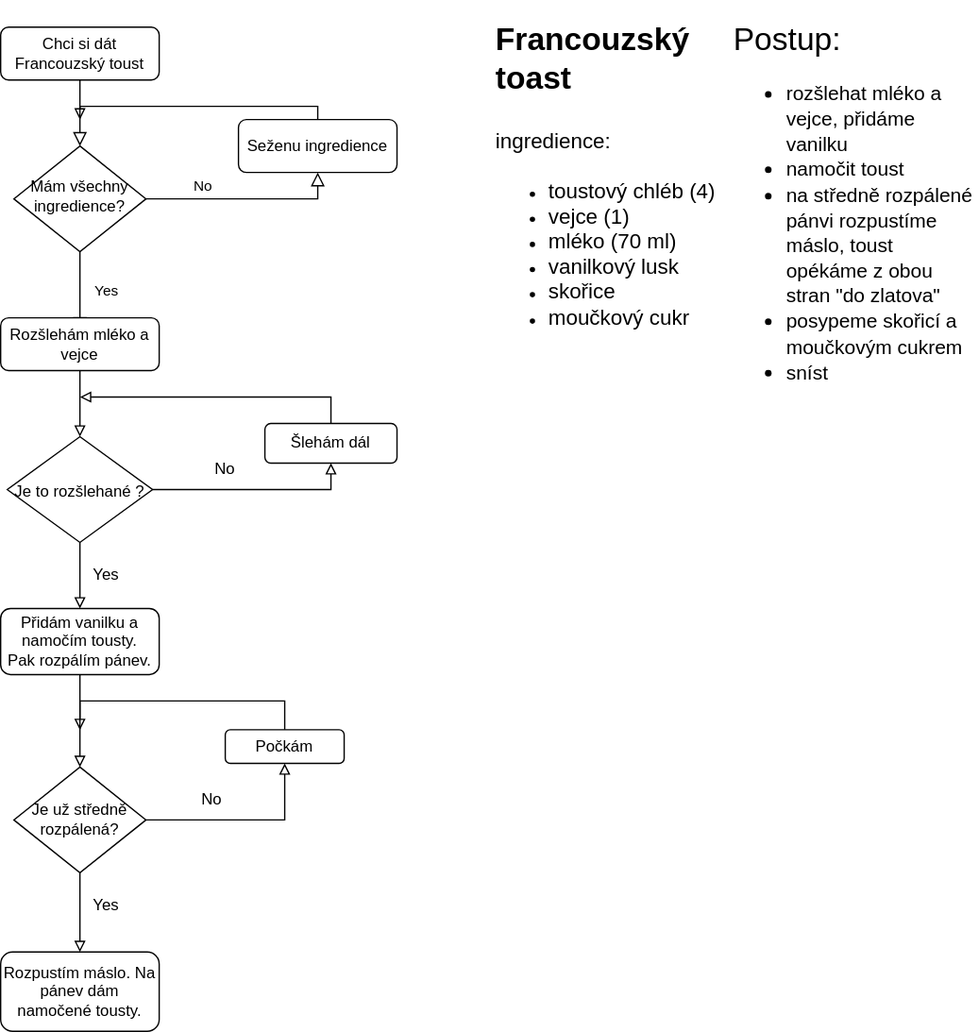
TomasKelbasa/diagrams.net keeps this draw.io diagram as Diagram1.svg. Above is the earlier version. Source tidied: cells renumbered, new cells last; positions are measured from the earlier drawing's top-left corner, leaving out a move shared by most shapes.
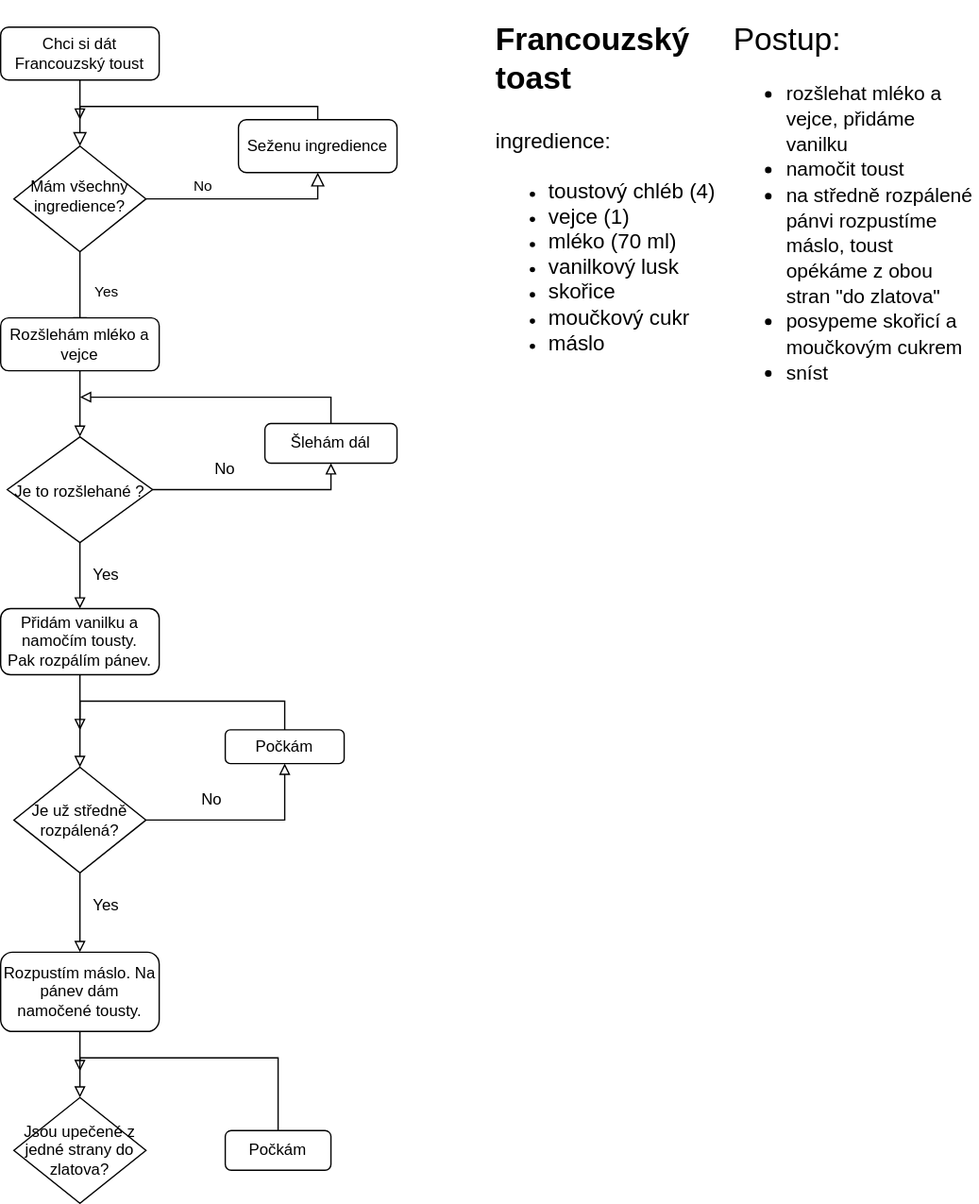
Later version of the same file.

Diff of the diagram source:
```diff
@@ -30,7 +30,7 @@
       <mxGeometry y="230" width="120" height="40" as="geometry" />
     </mxCell>
     <mxCell id="9" value="&lt;h1&gt;Francouzský toast&lt;/h1&gt;&lt;h1&gt;&lt;font style=&quot;font-size: 16px ; font-weight: normal&quot;&gt;ingredience:&lt;/font&gt;&lt;/h1&gt;&lt;div&gt;&lt;ul&gt;&lt;li&gt;&lt;font style=&quot;font-size: 16px ; font-weight: normal&quot;&gt;toustový chléb (4)&lt;/font&gt;&lt;/li&gt;&lt;li&gt;&lt;font style=&quot;font-size: 16px ; font-weight: normal&quot;&gt;vejce (1)&lt;/font&gt;&lt;/li&gt;&lt;li&gt;&lt;font style=&quot;font-size: 16px ; font-weight: normal&quot;&gt;mléko (70 ml)&lt;/font&gt;&lt;/li&gt;&lt;li&gt;&lt;font style=&quot;font-size: 16px ; font-weight: normal&quot;&gt;vanilkový lusk&lt;/font&gt;&lt;/li&gt;&lt;li&gt;&lt;font style=&quot;font-size: 16px ; font-weight: normal&quot;&gt;skořice&lt;/font&gt;&lt;/li&gt;&lt;li&gt;&lt;font style=&quot;font-size: 16px ; font-weight: normal&quot;&gt;moučkový cukr&lt;/font&gt;&lt;/li&gt;&lt;li&gt;&lt;font style=&quot;font-size: 16px ; font-weight: normal&quot;&gt;máslo&lt;/font&gt;&lt;/li&gt;&lt;/ul&gt;&lt;/div&gt;" style="text;html=1;strokeColor=none;fillColor=none;spacing=5;spacingTop=-20;whiteSpace=wrap;overflow=hidden;rounded=0;" parent="1" vertex="1">
-      <mxGeometry x="370" width="190" height="240" as="geometry" />
+      <mxGeometry x="370" width="190" height="260" as="geometry" />
     </mxCell>
     <mxCell id="10" value="&lt;p&gt;&lt;font style=&quot;font-size: 24px ; font-weight: normal&quot;&gt;Postup:&lt;/font&gt;&lt;/p&gt;&lt;p style=&quot;font-size: 15px&quot;&gt;&lt;ul&gt;&lt;li&gt;&lt;font style=&quot;font-weight: normal ; font-size: 15px&quot;&gt;rozšlehat mléko a vejce, přidáme vanilku&lt;/font&gt;&lt;/li&gt;&lt;li&gt;&lt;font style=&quot;font-weight: normal ; font-size: 15px&quot;&gt;namočit toust&lt;/font&gt;&lt;/li&gt;&lt;li&gt;&lt;font style=&quot;font-weight: normal ; font-size: 15px&quot;&gt;na středně rozpálené pánvi rozpustíme máslo, toust opékáme z obou stran &quot;do zlatova&quot;&lt;/font&gt;&lt;/li&gt;&lt;li&gt;&lt;font style=&quot;font-weight: normal ; font-size: 15px&quot;&gt;posypeme skořicí a moučkovým cukrem&lt;/font&gt;&lt;/li&gt;&lt;li&gt;&lt;font style=&quot;font-weight: normal ; font-size: 15px&quot;&gt;sníst&lt;/font&gt;&lt;/li&gt;&lt;/ul&gt;&lt;/p&gt;" style="text;html=1;strokeColor=none;fillColor=none;spacing=5;spacingTop=-20;whiteSpace=wrap;overflow=hidden;rounded=0;fontSize=16;align=left;" parent="1" vertex="1">
       <mxGeometry x="550" width="190" height="280" as="geometry" />
@@ -107,8 +107,26 @@
     <mxCell id="28" value="Yes" style="text;html=1;strokeColor=none;fillColor=none;align=center;verticalAlign=middle;whiteSpace=wrap;rounded=0;" parent="1" vertex="1">
       <mxGeometry x="50" y="660" width="60" height="30" as="geometry" />
     </mxCell>
+    <mxCell id="30" style="edgeStyle=orthogonalEdgeStyle;curved=0;rounded=1;sketch=0;jettySize=auto;html=1;endArrow=block;endFill=0;" parent="1" edge="1" source="29" target="31">
+      <mxGeometry relative="1" as="geometry" />
+    </mxCell>
     <mxCell id="29" value="Rozpustím máslo. Na pánev dám namočené tousty." style="rounded=1;whiteSpace=wrap;html=1;sketch=0;" parent="1" vertex="1">
       <mxGeometry y="710" width="120" height="60" as="geometry" />
     </mxCell>
+    <mxCell id="31" value="Jsou upečené z jedné strany do zlatova?" style="rhombus;whiteSpace=wrap;html=1;rounded=0;sketch=0;" parent="1" vertex="1">
+      <mxGeometry x="10" y="820" width="100" height="80" as="geometry" />
+    </mxCell>
+    <mxCell id="32" value="Počkám" style="rounded=1;whiteSpace=wrap;html=1;sketch=0;" parent="1" vertex="1">
+      <mxGeometry x="170" y="845" width="80" height="30" as="geometry" />
+    </mxCell>
+    <mxCell id="33" style="endArrow=block;html=1;rounded=0;edgeStyle=orthogonalEdgeStyle;exitX=0.5;exitY=0;exitDx=0;exitDy=0;endFill=0;" parent="1" edge="1" source="32">
+      <mxGeometry relative="1" as="geometry">
+        <mxPoint x="60" y="800" as="targetPoint" />
+        <Array as="points">
+          <mxPoint x="210" y="790" />
+          <mxPoint x="60" y="790" />
+        </Array>
+      </mxGeometry>
+    </mxCell>
   </root>
 </mxGraphModel>
```
